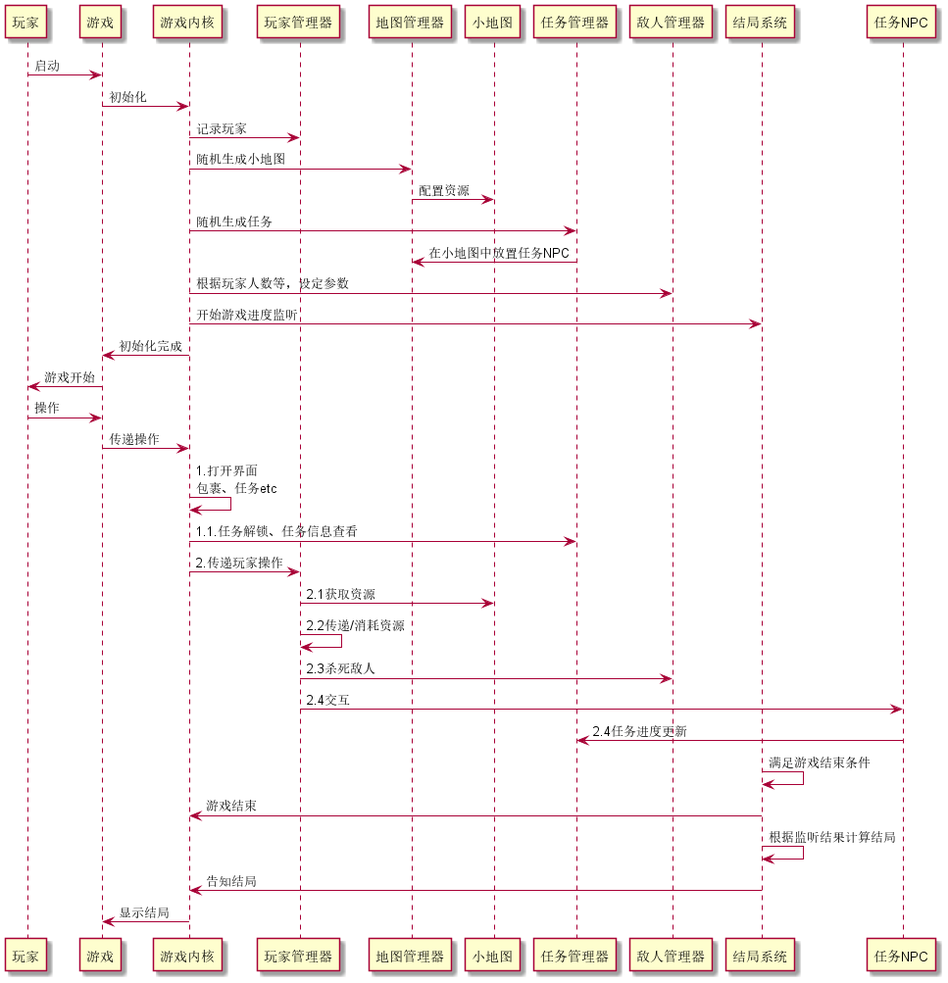
Above: 游戏流程.png in zhuty18/ProtectCell (PlantUML), before the change.
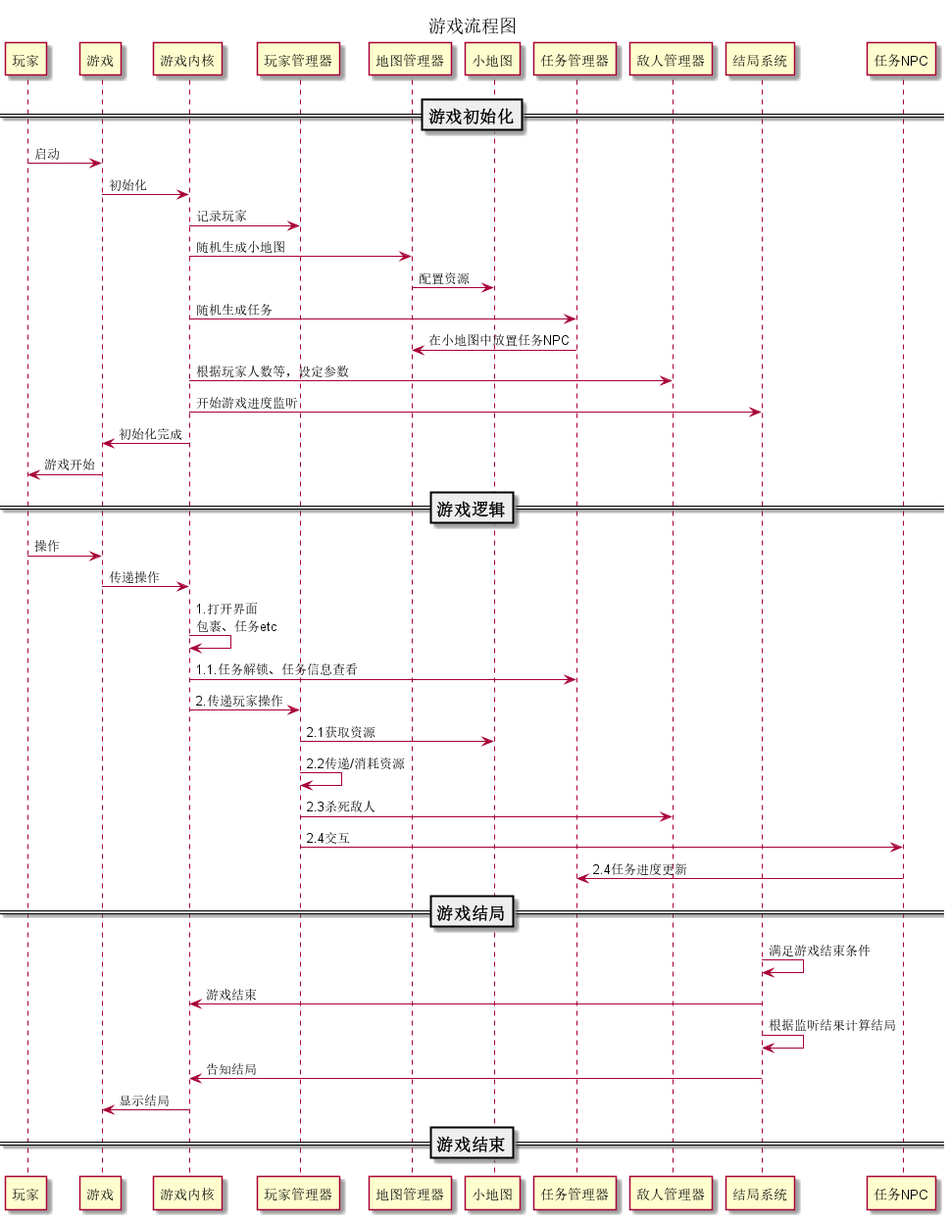
Later version of the same file.

Commit message:
construct pic update

Change to the diagram source:
```diff
@@ -1,5 +1,6 @@
 @startuml 游戏流程
-
+title 游戏流程图
+===游戏初始化==
 玩家 -> 游戏 : 启动
 游戏 -> 游戏内核 : 初始化
 游戏内核 -> 玩家管理器 : 记录玩家
@@ -11,7 +12,7 @@
 游戏内核 -> 结局系统 : 开始游戏进度监听
 游戏内核 -> 游戏 : 初始化完成
 游戏 -> 玩家 : 游戏开始
-
+===游戏逻辑==
 玩家 -> 游戏 : 操作
 游戏 -> 游戏内核 : 传递操作
 游戏内核 -> 游戏内核 : 1.打开界面\n包裹、任务etc
@@ -22,12 +23,11 @@
 玩家管理器 -> 敌人管理器 : 2.3杀死敌人
 玩家管理器 -> 任务NPC : 2.4交互
 任务NPC -> 任务管理器 : 2.4任务进度更新
-
-
+===游戏结局==
 结局系统 -> 结局系统 : 满足游戏结束条件
 结局系统 -> 游戏内核 : 游戏结束
 结局系统 -> 结局系统 : 根据监听结果计算结局
 结局系统 -> 游戏内核 : 告知结局
 游戏内核 -> 游戏 : 显示结局
-
+===游戏结束==
 @enduml
```
